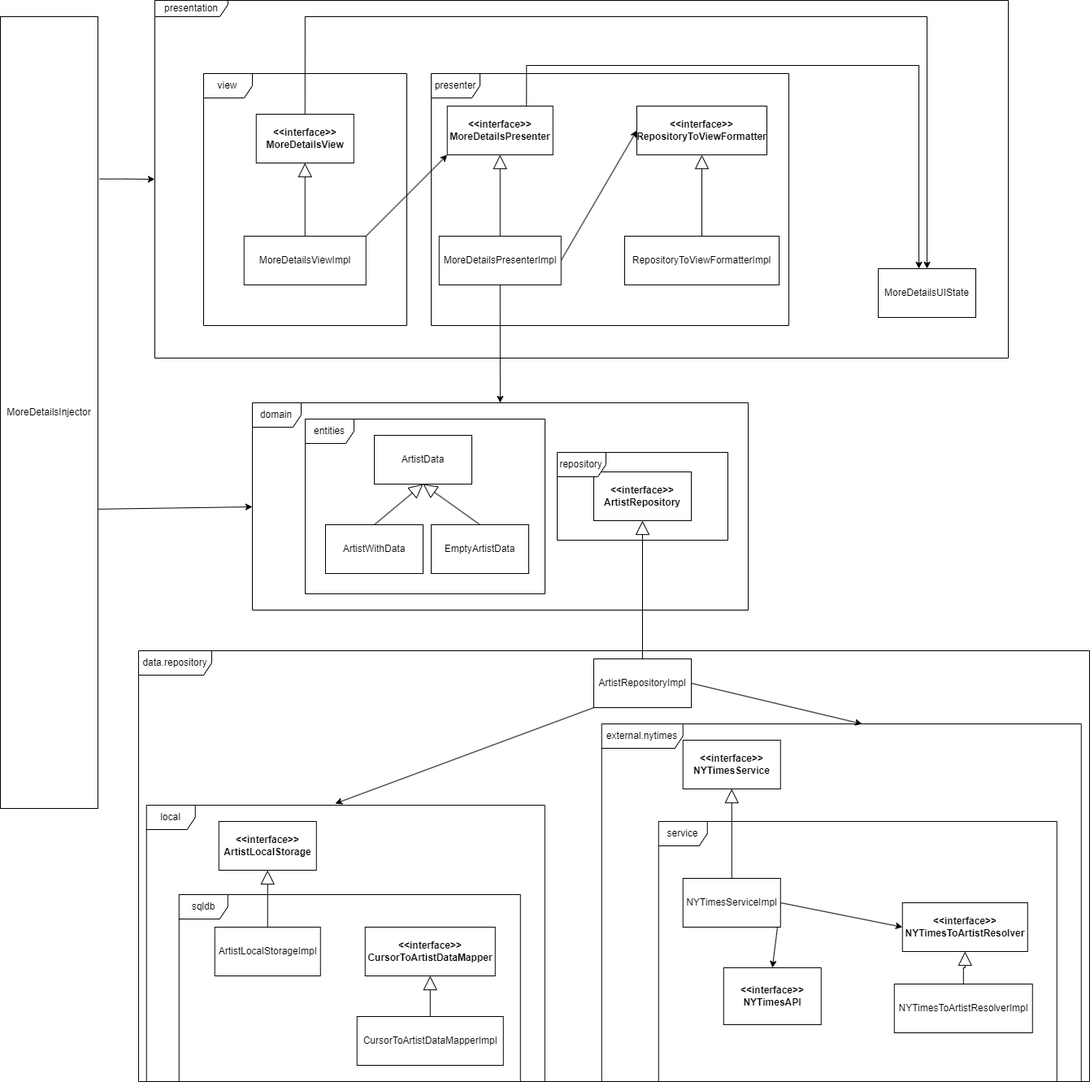
Before: docs/Diagrama entrega 3.png, a diagram exported from draw.io (elagarrigue/AyDS23-NewYork2). Source tidied: cells renumbered, new cells last; positions are measured from the earlier drawing's top-left corner, leaving out a move shared by most shapes. Source of this version:
```xml
<mxGraphModel>
  <root>
    <mxCell id="0" />
    <mxCell id="1" parent="0" />
    <mxCell id="2" value="ArtistData" style="rounded=0;whiteSpace=wrap;html=1;" parent="1" vertex="1">
      <mxGeometry x="460" y="535" width="120" height="60" as="geometry" />
    </mxCell>
    <mxCell id="3" value="ArtistWithData" style="rounded=0;whiteSpace=wrap;html=1;" parent="1" vertex="1">
      <mxGeometry x="400" y="645" width="120" height="60" as="geometry" />
    </mxCell>
    <mxCell id="4" value="EmptyArtistData" style="rounded=0;whiteSpace=wrap;html=1;" parent="1" vertex="1">
      <mxGeometry x="530" y="645" width="120" height="60" as="geometry" />
    </mxCell>
    <mxCell id="5" style="endArrow=block;html=1;rounded=0;endFill=0;entryX=0.5;entryY=1;entryDx=0;entryDy=0;exitX=0.5;exitY=0;exitDx=0;exitDy=0;startSize=6;endSize=15;" parent="1" edge="1" source="3" target="2">
      <mxGeometry relative="1" as="geometry" />
    </mxCell>
    <mxCell id="6" style="endArrow=block;html=1;rounded=0;endFill=0;exitX=0.5;exitY=0;exitDx=0;exitDy=0;startSize=6;endSize=15;" parent="1" edge="1" source="4">
      <mxGeometry relative="1" as="geometry">
        <mxPoint x="520" y="595" as="targetPoint" />
      </mxGeometry>
    </mxCell>
    <mxCell id="7" value="&amp;lt;&amp;lt;interface&amp;gt;&amp;gt;&lt;br&gt;ArtistRepository" style="rounded=0;whiteSpace=wrap;html=1;fontStyle=1;" parent="1" vertex="1">
      <mxGeometry x="730" y="580" width="120" height="60" as="geometry" />
    </mxCell>
    <mxCell id="8" style="rounded=0;jettySize=auto;html=1;exitX=0;exitY=1;exitDx=0;exitDy=0;entryX=0.474;entryY=-0.006;entryDx=0;entryDy=0;entryPerimeter=0;" parent="1" edge="1" source="10" target="45">
      <mxGeometry relative="1" as="geometry" />
    </mxCell>
    <mxCell id="9" style="rounded=0;jettySize=auto;html=1;exitX=1;exitY=0.5;exitDx=0;exitDy=0;" parent="1" edge="1" source="10">
      <mxGeometry relative="1" as="geometry">
        <mxPoint x="1060" y="890" as="targetPoint" />
      </mxGeometry>
    </mxCell>
    <mxCell id="10" value="ArtistRepositoryImpl" style="rounded=0;whiteSpace=wrap;html=1;" parent="1" vertex="1">
      <mxGeometry x="730" y="810" width="120" height="60" as="geometry" />
    </mxCell>
    <mxCell id="11" value="&amp;lt;&amp;lt;interface&amp;gt;&amp;gt;&lt;br&gt;ArtistLocalStorage" style="rounded=0;whiteSpace=wrap;html=1;fontStyle=1;" parent="1" vertex="1">
      <mxGeometry x="268.8" y="1010" width="120" height="60" as="geometry" />
    </mxCell>
    <mxCell id="12" style="edgeStyle=orthogonalEdgeStyle;rounded=0;jettySize=auto;html=1;endArrow=block;endFill=0;startSize=6;endSize=15;" parent="1" edge="1" source="13" target="11">
      <mxGeometry relative="1" as="geometry" />
    </mxCell>
    <mxCell id="13" value="ArtistLocalStorageImpl" style="rounded=0;whiteSpace=wrap;html=1;" parent="1" vertex="1">
      <mxGeometry x="263.8" y="1140" width="130" height="60" as="geometry" />
    </mxCell>
    <mxCell id="14" value="&amp;lt;&amp;lt;interface&amp;gt;&amp;gt;&lt;br&gt;CursorToArtistDataMapper" style="rounded=0;whiteSpace=wrap;html=1;fontStyle=1;" parent="1" vertex="1">
      <mxGeometry x="448.8" y="1140" width="160" height="60" as="geometry" />
    </mxCell>
    <mxCell id="15" style="edgeStyle=orthogonalEdgeStyle;rounded=0;jettySize=auto;html=1;endArrow=block;endFill=0;startSize=6;endSize=15;" parent="1" edge="1" source="16" target="14">
      <mxGeometry relative="1" as="geometry" />
    </mxCell>
    <mxCell id="16" value="CursorToArtistDataMapperImpl" style="rounded=0;whiteSpace=wrap;html=1;" parent="1" vertex="1">
      <mxGeometry x="438.8" y="1250" width="180" height="60" as="geometry" />
    </mxCell>
    <mxCell id="17" value="&amp;lt;&amp;lt;interface&amp;gt;&amp;gt;&lt;br&gt;NYTimesService" style="rounded=0;whiteSpace=wrap;html=1;fontStyle=1;" parent="1" vertex="1">
      <mxGeometry x="839.8" y="910" width="120" height="60" as="geometry" />
    </mxCell>
    <mxCell id="18" value="&amp;lt;&amp;lt;interface&amp;gt;&amp;gt;&lt;br&gt;NYTimesAPI" style="rounded=0;whiteSpace=wrap;html=1;fontStyle=1;" parent="1" vertex="1">
      <mxGeometry x="889.8" y="1190" width="120" height="70" as="geometry" />
    </mxCell>
    <mxCell id="19" style="rounded=0;jettySize=auto;html=1;endArrow=block;endFill=0;startSize=6;endSize=15;" parent="1" edge="1" source="22" target="17">
      <mxGeometry relative="1" as="geometry" />
    </mxCell>
    <mxCell id="20" style="rounded=0;jettySize=auto;html=1;exitX=1;exitY=0.5;exitDx=0;exitDy=0;" parent="1" edge="1" source="22">
      <mxGeometry relative="1" as="geometry">
        <mxPoint x="949.8" y="1190" as="targetPoint" />
      </mxGeometry>
    </mxCell>
    <mxCell id="21" style="rounded=0;jettySize=auto;html=1;exitX=1;exitY=0.5;exitDx=0;exitDy=0;entryX=0;entryY=0.5;entryDx=0;entryDy=0;" parent="1" edge="1" source="22" target="23">
      <mxGeometry relative="1" as="geometry" />
    </mxCell>
    <mxCell id="22" value="NYTimesServiceImpl" style="rounded=0;whiteSpace=wrap;html=1;" parent="1" vertex="1">
      <mxGeometry x="839.8" y="1080" width="120" height="60" as="geometry" />
    </mxCell>
    <mxCell id="23" value="&amp;lt;&amp;lt;interface&amp;gt;&amp;gt;&lt;br&gt;NYTimesToArtistResolver" style="rounded=0;whiteSpace=wrap;html=1;gradientColor=none;glass=0;fontStyle=1;" parent="1" vertex="1">
      <mxGeometry x="1109.8" y="1110" width="154" height="60" as="geometry" />
    </mxCell>
    <mxCell id="24" style="edgeStyle=orthogonalEdgeStyle;rounded=0;jettySize=auto;html=1;endArrow=block;endFill=0;startSize=6;endSize=15;" parent="1" edge="1" source="25" target="23">
      <mxGeometry relative="1" as="geometry" />
    </mxCell>
    <mxCell id="25" value="NYTimesToArtistResolverImpl" style="rounded=0;whiteSpace=wrap;html=1;gradientColor=none;glass=0;fontStyle=0;" parent="1" vertex="1">
      <mxGeometry x="1099.8" y="1210" width="170" height="60" as="geometry" />
    </mxCell>
    <mxCell id="26" style="endArrow=block;html=1;rounded=0;endFill=0;entryX=0.5;entryY=1;entryDx=0;entryDy=0;exitX=0.5;exitY=0;exitDx=0;exitDy=0;startSize=6;endSize=15;" parent="1" edge="1" source="10" target="7">
      <mxGeometry relative="1" as="geometry" />
    </mxCell>
    <mxCell id="27" style="rounded=0;jettySize=auto;html=1;exitX=0.992;exitY=0.622;exitDx=0;exitDy=0;entryX=0;entryY=0.502;entryDx=0;entryDy=0;entryPerimeter=0;exitPerimeter=0;" parent="1" edge="1" source="28" target="51">
      <mxGeometry relative="1" as="geometry" />
    </mxCell>
    <mxCell id="28" value="MoreDetailsInjector" style="rounded=0;whiteSpace=wrap;html=1;" parent="1" vertex="1">
      <mxGeometry y="20" width="120" height="974" as="geometry" />
    </mxCell>
    <mxCell id="29" style="rounded=0;jettySize=auto;html=1;exitX=0.75;exitY=0;exitDx=0;exitDy=0;edgeStyle=orthogonalEdgeStyle;" parent="1" edge="1" source="30">
      <mxGeometry relative="1" as="geometry">
        <mxPoint x="1130" y="330" as="targetPoint" />
        <Array as="points">
          <mxPoint x="647" y="80" />
          <mxPoint x="1130" y="80" />
          <mxPoint x="1130" y="330" />
        </Array>
      </mxGeometry>
    </mxCell>
    <mxCell id="30" value="&amp;lt;&amp;lt;interface&amp;gt;&amp;gt; MoreDetailsPresenter" style="rounded=0;whiteSpace=wrap;html=1;fontStyle=1;" parent="1" vertex="1">
      <mxGeometry x="549.8" y="130" width="130" height="60" as="geometry" />
    </mxCell>
    <mxCell id="31" style="edgeStyle=orthogonalEdgeStyle;rounded=0;jettySize=auto;html=1;exitX=0.5;exitY=0;exitDx=0;exitDy=0;" parent="1" edge="1" source="32" target="42">
      <mxGeometry relative="1" as="geometry">
        <Array as="points">
          <mxPoint x="375" y="20" />
          <mxPoint x="1140" y="20" />
        </Array>
      </mxGeometry>
    </mxCell>
    <mxCell id="32" value="&amp;lt;&amp;lt;interface&amp;gt;&amp;gt; MoreDetailsView" style="rounded=0;whiteSpace=wrap;html=1;fontStyle=1;" parent="1" vertex="1">
      <mxGeometry x="314.8" y="140" width="120" height="60" as="geometry" />
    </mxCell>
    <mxCell id="33" style="edgeStyle=orthogonalEdgeStyle;rounded=0;jettySize=auto;html=1;endArrow=block;endFill=0;endSize=15;" parent="1" edge="1" source="36" target="30">
      <mxGeometry relative="1" as="geometry" />
    </mxCell>
    <mxCell id="34" style="rounded=0;jettySize=auto;html=1;exitX=0.5;exitY=1;exitDx=0;exitDy=0;" parent="1" edge="1" source="36" target="51">
      <mxGeometry relative="1" as="geometry" />
    </mxCell>
    <mxCell id="35" style="rounded=0;jettySize=auto;html=1;exitX=1;exitY=0.5;exitDx=0;exitDy=0;entryX=0;entryY=0.5;entryDx=0;entryDy=0;" parent="1" edge="1" source="36" target="43">
      <mxGeometry relative="1" as="geometry" />
    </mxCell>
    <mxCell id="36" value="MoreDetailsPresenterImpl" style="rounded=0;whiteSpace=wrap;html=1;" parent="1" vertex="1">
      <mxGeometry x="539.8" y="290" width="150" height="60" as="geometry" />
    </mxCell>
    <mxCell id="37" style="edgeStyle=orthogonalEdgeStyle;rounded=0;jettySize=auto;html=1;endSize=15;endArrow=block;endFill=0;" parent="1" edge="1" source="39" target="32">
      <mxGeometry relative="1" as="geometry" />
    </mxCell>
    <mxCell id="38" style="rounded=0;jettySize=auto;html=1;exitX=1;exitY=0;exitDx=0;exitDy=0;entryX=0;entryY=1;entryDx=0;entryDy=0;" parent="1" edge="1" source="39" target="30">
      <mxGeometry relative="1" as="geometry" />
    </mxCell>
    <mxCell id="39" value="MoreDetailsViewImpl" style="rounded=0;whiteSpace=wrap;html=1;" parent="1" vertex="1">
      <mxGeometry x="299.8" y="290" width="150" height="60" as="geometry" />
    </mxCell>
    <mxCell id="40" style="edgeStyle=orthogonalEdgeStyle;rounded=0;jettySize=auto;html=1;endSize=15;endArrow=block;endFill=0;" parent="1" edge="1" source="41" target="43">
      <mxGeometry relative="1" as="geometry" />
    </mxCell>
    <mxCell id="41" value="RepositoryToViewFormatterImpl" style="rounded=0;whiteSpace=wrap;html=1;" parent="1" vertex="1">
      <mxGeometry x="768" y="290" width="190" height="60" as="geometry" />
    </mxCell>
    <mxCell id="42" value="MoreDetailsUIState" style="rounded=0;whiteSpace=wrap;html=1;" parent="1" vertex="1">
      <mxGeometry x="1080" y="330" width="120" height="60" as="geometry" />
    </mxCell>
    <mxCell id="43" value="&amp;lt;&amp;lt;interface&amp;gt;&amp;gt;&lt;br&gt;RepositoryToViewFormatter" style="rounded=0;whiteSpace=wrap;html=1;fontStyle=1;" parent="1" vertex="1">
      <mxGeometry x="783" y="130" width="160" height="60" as="geometry" />
    </mxCell>
    <mxCell id="44" value="sqldb" style="shape=umlFrame;whiteSpace=wrap;html=1;" parent="1" vertex="1">
      <mxGeometry x="219.8" y="1100" width="420" height="230" as="geometry" />
    </mxCell>
    <mxCell id="45" value="local" style="shape=umlFrame;whiteSpace=wrap;html=1;" parent="1" vertex="1">
      <mxGeometry x="179.8" y="990" width="490" height="340" as="geometry" />
    </mxCell>
    <mxCell id="46" value="external.nytimes" style="shape=umlFrame;whiteSpace=wrap;html=1;width=100;height=30;" parent="1" vertex="1">
      <mxGeometry x="739.8" y="890" width="590" height="440" as="geometry" />
    </mxCell>
    <mxCell id="47" value="data.repository" style="shape=umlFrame;whiteSpace=wrap;html=1;width=90;height=30;" parent="1" vertex="1">
      <mxGeometry x="170" y="800" width="1170" height="530" as="geometry" />
    </mxCell>
    <mxCell id="48" value="service" style="shape=umlFrame;whiteSpace=wrap;html=1;" parent="1" vertex="1">
      <mxGeometry x="809.8" y="1010" width="490" height="320" as="geometry" />
    </mxCell>
    <mxCell id="49" value="repository" style="shape=umlFrame;whiteSpace=wrap;html=1;" parent="1" vertex="1">
      <mxGeometry x="685" y="556" width="210" height="108" as="geometry" />
    </mxCell>
    <mxCell id="50" value="entities" style="shape=umlFrame;whiteSpace=wrap;html=1;" parent="1" vertex="1">
      <mxGeometry x="375" y="515" width="295" height="215" as="geometry" />
    </mxCell>
    <mxCell id="51" value="domain" style="shape=umlFrame;whiteSpace=wrap;html=1;" parent="1" vertex="1">
      <mxGeometry x="310" y="495" width="610" height="255" as="geometry" />
    </mxCell>
    <mxCell id="52" value="view" style="shape=umlFrame;whiteSpace=wrap;html=1;" parent="1" vertex="1">
      <mxGeometry x="250" y="90" width="250" height="310" as="geometry" />
    </mxCell>
    <mxCell id="53" value="presenter" style="shape=umlFrame;whiteSpace=wrap;html=1;" parent="1" vertex="1">
      <mxGeometry x="530" y="90" width="440" height="310" as="geometry" />
    </mxCell>
    <mxCell id="54" style="edgeStyle=orthogonalEdgeStyle;rounded=0;jettySize=auto;html=1;exitX=1.017;exitY=0.205;exitDx=0;exitDy=0;exitPerimeter=0;" parent="1" edge="1" source="28" target="55">
      <mxGeometry relative="1" as="geometry" />
    </mxCell>
    <mxCell id="55" value="presentation" style="shape=umlFrame;whiteSpace=wrap;html=1;width=90;height=20;" parent="1" vertex="1">
      <mxGeometry x="190" width="1050" height="440" as="geometry" />
    </mxCell>
  </root>
</mxGraphModel>
```
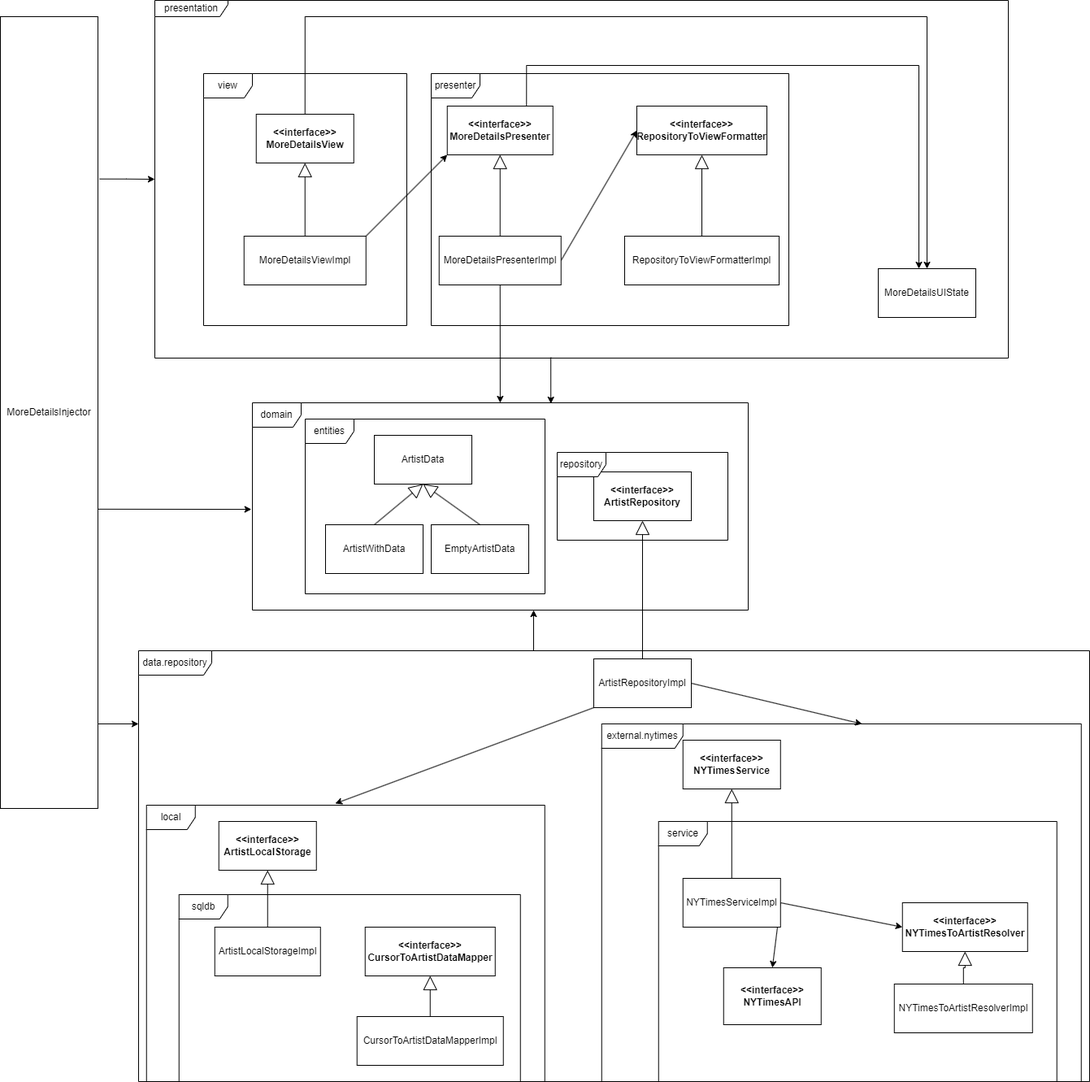
After the change.

Commit message:
Actualizacion diagrama

The edit, as a diff of the source:
```diff
@@ -83,7 +83,7 @@
     <mxCell id="26" style="endArrow=block;html=1;rounded=0;endFill=0;entryX=0.5;entryY=1;entryDx=0;entryDy=0;exitX=0.5;exitY=0;exitDx=0;exitDy=0;startSize=6;endSize=15;" parent="1" edge="1" source="10" target="7">
       <mxGeometry relative="1" as="geometry" />
     </mxCell>
-    <mxCell id="27" style="rounded=0;jettySize=auto;html=1;exitX=0.992;exitY=0.622;exitDx=0;exitDy=0;entryX=0;entryY=0.502;entryDx=0;entryDy=0;entryPerimeter=0;exitPerimeter=0;" parent="1" edge="1" source="28" target="51">
+    <mxCell id="27" style="rounded=0;jettySize=auto;html=1;exitX=0.992;exitY=0.622;exitDx=0;exitDy=0;entryX=-0.002;entryY=0.514;entryDx=0;entryDy=0;entryPerimeter=0;exitPerimeter=0;" parent="1" edge="1" source="28" target="51">
       <mxGeometry relative="1" as="geometry" />
     </mxCell>
     <mxCell id="28" value="MoreDetailsInjector" style="rounded=0;whiteSpace=wrap;html=1;" parent="1" vertex="1">
@@ -182,5 +182,20 @@
     <mxCell id="55" value="presentation" style="shape=umlFrame;whiteSpace=wrap;html=1;width=90;height=20;" parent="1" vertex="1">
       <mxGeometry x="190" width="1050" height="440" as="geometry" />
     </mxCell>
+    <mxCell id="56" style="endArrow=classic;html=1;rounded=0;" parent="1" edge="1">
+      <mxGeometry relative="1" as="geometry">
+        <mxPoint x="656" y="800" as="sourcePoint" />
+        <mxPoint x="656" y="750" as="targetPoint" />
+      </mxGeometry>
+    </mxCell>
+    <mxCell id="57" style="endArrow=classic;html=1;rounded=0;exitX=0.464;exitY=0.998;exitDx=0;exitDy=0;exitPerimeter=0;entryX=0.602;entryY=0.004;entryDx=0;entryDy=0;entryPerimeter=0;" parent="1" edge="1" source="55" target="51">
+      <mxGeometry relative="1" as="geometry" />
+    </mxCell>
+    <mxCell id="58" style="rounded=0;orthogonalLoop=1;jettySize=auto;html=1;exitX=0.992;exitY=0.622;exitDx=0;exitDy=0;exitPerimeter=0;" parent="1" edge="1">
+      <mxGeometry relative="1" as="geometry">
+        <mxPoint x="120" y="890" as="sourcePoint" />
+        <mxPoint x="170" y="890" as="targetPoint" />
+      </mxGeometry>
+    </mxCell>
   </root>
 </mxGraphModel>
```
